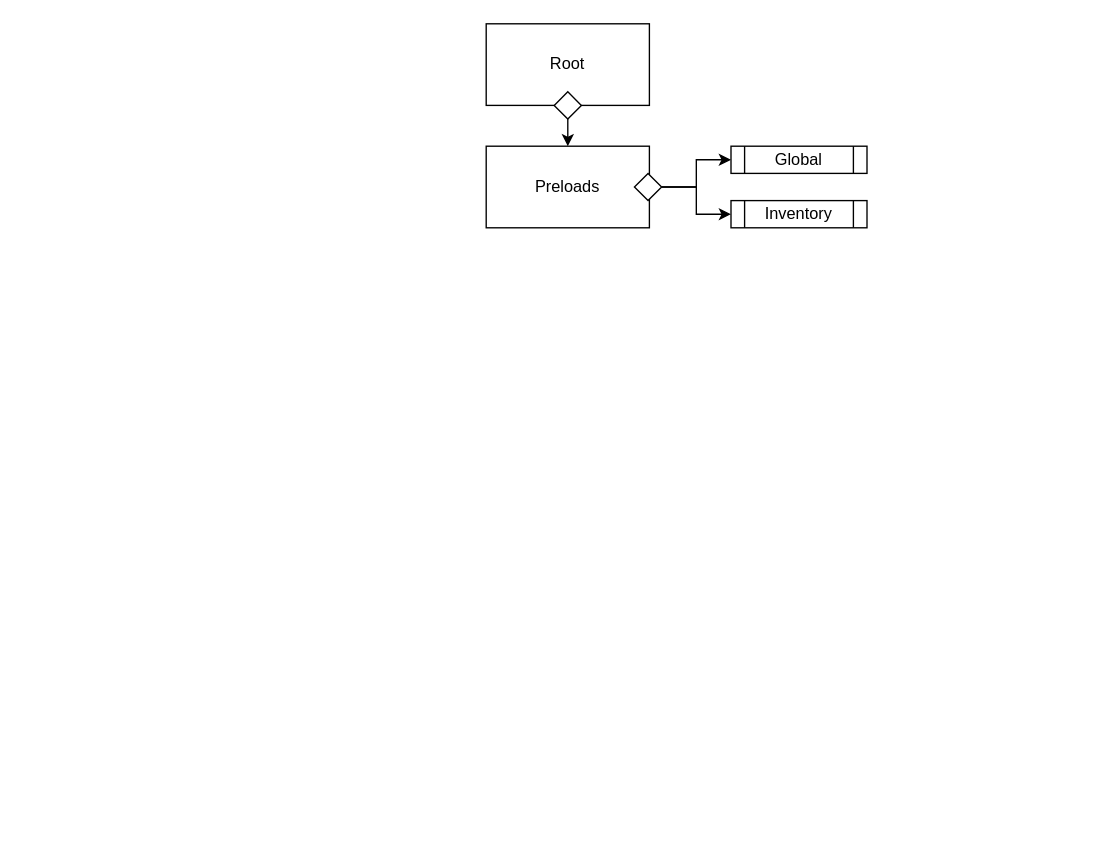
Earlier version of the draw.io diagram Documentation/images/design/Heirarchy_Diagram.drawio (JCSnelson/JSnelson-NEA). Source tidied: cells renumbered, new cells numbered last; positions are measured from the earlier drawing's top-left corner, leaving out a move shared by most shapes. Both pictures are drawn from the tidied source at 136%, with x=0, y=0 at pixel (486, 23).
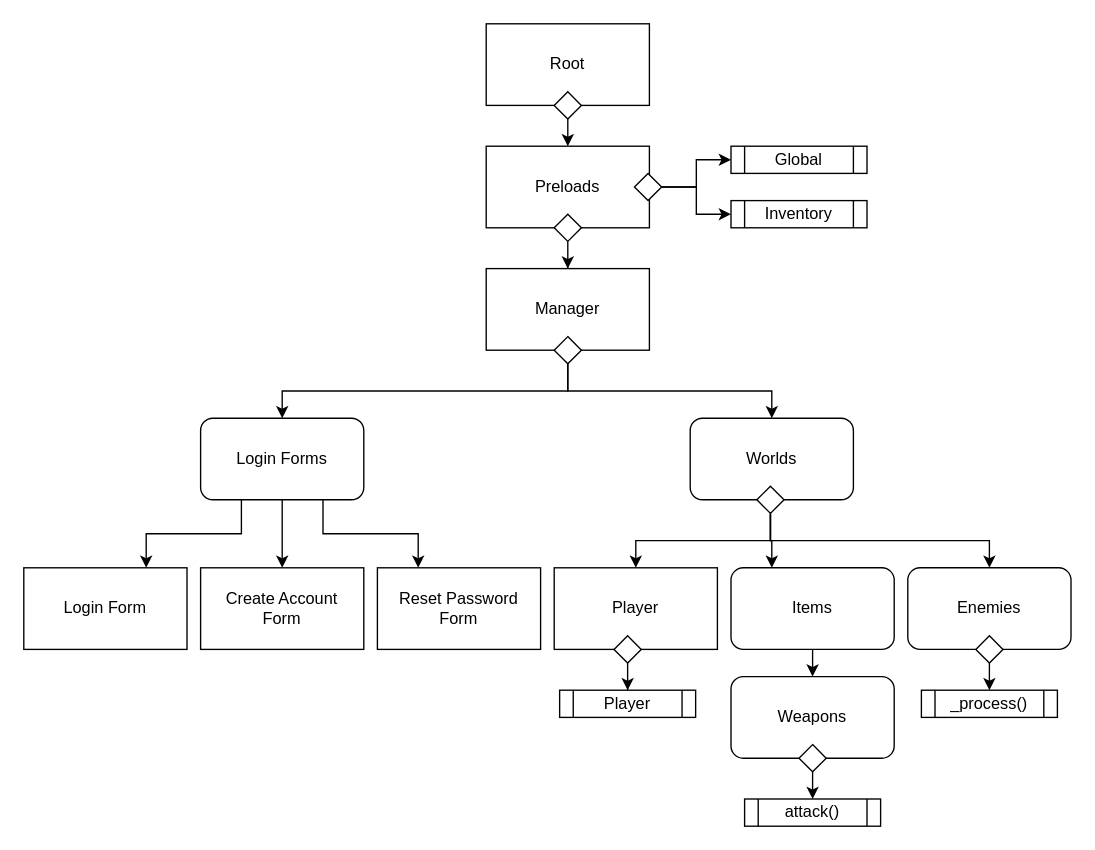
After the change.

Change to the diagram source:
```diff
@@
+    <mxCell id="11" value="Manager" style="rounded=0;whiteSpace=wrap;html=1;strokeColor=default;align=center;verticalAlign=middle;fontFamily=Helvetica;fontSize=12;fontColor=default;fillColor=default;" parent="1" vertex="1">
+      <mxGeometry y="180" width="120" height="60" as="geometry" />
+    </mxCell>
+    <mxCell id="12" style="edgeStyle=orthogonalEdgeStyle;rounded=0;jettySize=auto;html=1;exitX=0.5;exitY=1;exitDx=0;exitDy=0;fontFamily=Helvetica;fontSize=12;fontColor=default;" parent="1" edge="1" source="13" target="11">
+      <mxGeometry relative="1" as="geometry" />
+    </mxCell>
+    <mxCell id="13" style="rhombus;whiteSpace=wrap;html=1;rounded=0;strokeColor=default;align=center;verticalAlign=middle;fontFamily=Helvetica;fontSize=12;fontColor=default;fillColor=default;" parent="1" vertex="1">
+      <mxGeometry x="50" y="140" width="20" height="20" as="geometry" />
+    </mxCell>
+    <mxCell id="14" style="edgeStyle=orthogonalEdgeStyle;rounded=0;jettySize=auto;html=1;exitX=0.5;exitY=1;exitDx=0;exitDy=0;entryX=0.5;entryY=0;entryDx=0;entryDy=0;fontFamily=Helvetica;fontSize=12;fontColor=default;" parent="1" edge="1" source="16" target="20">
+      <mxGeometry relative="1" as="geometry" />
+    </mxCell>
+    <mxCell id="15" style="edgeStyle=orthogonalEdgeStyle;rounded=0;jettySize=auto;html=1;exitX=0.5;exitY=1;exitDx=0;exitDy=0;entryX=0.5;entryY=0;entryDx=0;entryDy=0;fontFamily=Helvetica;fontSize=12;fontColor=default;" parent="1" edge="1" source="16" target="24">
+      <mxGeometry relative="1" as="geometry" />
+    </mxCell>
+    <mxCell id="16" style="rhombus;whiteSpace=wrap;html=1;rounded=0;strokeColor=default;align=center;verticalAlign=middle;fontFamily=Helvetica;fontSize=12;fontColor=default;fillColor=default;" parent="1" vertex="1">
+      <mxGeometry x="50" y="230" width="20" height="20" as="geometry" />
+    </mxCell>
+    <mxCell id="17" style="edgeStyle=orthogonalEdgeStyle;rounded=0;jettySize=auto;html=1;exitX=0.5;exitY=1;exitDx=0;exitDy=0;entryX=0.5;entryY=0;entryDx=0;entryDy=0;fontFamily=Helvetica;fontSize=12;fontColor=default;" parent="1" edge="1" source="20" target="22">
+      <mxGeometry relative="1" as="geometry" />
+    </mxCell>
+    <mxCell id="18" style="edgeStyle=orthogonalEdgeStyle;rounded=0;jettySize=auto;html=1;exitX=0.75;exitY=1;exitDx=0;exitDy=0;entryX=0.25;entryY=0;entryDx=0;entryDy=0;fontFamily=Helvetica;fontSize=12;fontColor=default;" parent="1" edge="1" source="20" target="23">
+      <mxGeometry relative="1" as="geometry" />
+    </mxCell>
+    <mxCell id="19" style="edgeStyle=orthogonalEdgeStyle;rounded=0;jettySize=auto;html=1;exitX=0.25;exitY=1;exitDx=0;exitDy=0;entryX=0.75;entryY=0;entryDx=0;entryDy=0;fontFamily=Helvetica;fontSize=12;fontColor=default;" parent="1" edge="1" source="20" target="21">
+      <mxGeometry relative="1" as="geometry" />
+    </mxCell>
+    <mxCell id="20" value="Login Forms" style="rounded=1;whiteSpace=wrap;html=1;strokeColor=default;align=center;verticalAlign=middle;fontFamily=Helvetica;fontSize=12;fontColor=default;fillColor=default;" parent="1" vertex="1">
+      <mxGeometry x="-210" y="290" width="120" height="60" as="geometry" />
+    </mxCell>
+    <mxCell id="21" value="Login Form" style="rounded=0;whiteSpace=wrap;html=1;strokeColor=default;align=center;verticalAlign=middle;fontFamily=Helvetica;fontSize=12;fontColor=default;fillColor=default;" parent="1" vertex="1">
+      <mxGeometry x="-340" y="400" width="120" height="60" as="geometry" />
+    </mxCell>
+    <mxCell id="22" value="&lt;div&gt;Create Account&lt;/div&gt;&lt;div&gt;Form&lt;br&gt;&lt;/div&gt;" style="rounded=0;whiteSpace=wrap;html=1;strokeColor=default;align=center;verticalAlign=middle;fontFamily=Helvetica;fontSize=12;fontColor=default;fillColor=default;" parent="1" vertex="1">
+      <mxGeometry x="-210" y="400" width="120" height="60" as="geometry" />
+    </mxCell>
+    <mxCell id="23" value="Reset Password&lt;br&gt;Form" style="rounded=0;whiteSpace=wrap;html=1;strokeColor=default;align=center;verticalAlign=middle;fontFamily=Helvetica;fontSize=12;fontColor=default;fillColor=default;" parent="1" vertex="1">
+      <mxGeometry x="-80" y="400" width="120" height="60" as="geometry" />
+    </mxCell>
+    <mxCell id="24" value="Worlds" style="rounded=1;whiteSpace=wrap;html=1;strokeColor=default;align=center;verticalAlign=middle;fontFamily=Helvetica;fontSize=12;fontColor=default;fillColor=default;" parent="1" vertex="1">
+      <mxGeometry x="150" y="290" width="120" height="60" as="geometry" />
+    </mxCell>
+    <mxCell id="25" style="edgeStyle=orthogonalEdgeStyle;rounded=0;jettySize=auto;html=1;exitX=0.5;exitY=1;exitDx=0;exitDy=0;entryX=0.5;entryY=0;entryDx=0;entryDy=0;fontFamily=Helvetica;fontSize=12;fontColor=default;" parent="1" edge="1" source="28" target="29">
+      <mxGeometry relative="1" as="geometry" />
+    </mxCell>
+    <mxCell id="26" style="edgeStyle=orthogonalEdgeStyle;rounded=0;jettySize=auto;html=1;exitX=0.5;exitY=1;exitDx=0;exitDy=0;entryX=0.5;entryY=0;entryDx=0;entryDy=0;fontFamily=Helvetica;fontSize=12;fontColor=default;" parent="1" edge="1" source="28" target="31">
+      <mxGeometry relative="1" as="geometry" />
+    </mxCell>
+    <mxCell id="27" style="edgeStyle=orthogonalEdgeStyle;rounded=0;jettySize=auto;html=1;exitX=0.5;exitY=1;exitDx=0;exitDy=0;entryX=0.25;entryY=0;entryDx=0;entryDy=0;fontFamily=Helvetica;fontSize=12;fontColor=default;" parent="1" edge="1" source="28" target="33">
+      <mxGeometry relative="1" as="geometry" />
+    </mxCell>
+    <mxCell id="28" style="rhombus;whiteSpace=wrap;html=1;rounded=0;strokeColor=default;align=center;verticalAlign=middle;fontFamily=Helvetica;fontSize=12;fontColor=default;fillColor=default;" parent="1" vertex="1">
+      <mxGeometry x="199" y="340" width="20" height="20" as="geometry" />
+    </mxCell>
+    <mxCell id="29" value="Player" style="rounded=0;whiteSpace=wrap;html=1;strokeColor=default;align=center;verticalAlign=middle;fontFamily=Helvetica;fontSize=12;fontColor=default;fillColor=default;" parent="1" vertex="1">
+      <mxGeometry x="50" y="400" width="120" height="60" as="geometry" />
+    </mxCell>
+    <mxCell id="30" value="Player" style="shape=process;whiteSpace=wrap;html=1;backgroundOutline=1;rounded=0;strokeColor=default;align=center;verticalAlign=middle;fontFamily=Helvetica;fontSize=12;fontColor=default;fillColor=default;" parent="1" vertex="1">
+      <mxGeometry x="54" y="490" width="100" height="20" as="geometry" />
+    </mxCell>
+    <mxCell id="31" value="Enemies" style="rounded=1;whiteSpace=wrap;html=1;strokeColor=default;align=center;verticalAlign=middle;fontFamily=Helvetica;fontSize=12;fontColor=default;fillColor=default;" parent="1" vertex="1">
+      <mxGeometry x="310" y="400" width="120" height="60" as="geometry" />
+    </mxCell>
+    <mxCell id="32" style="edgeStyle=orthogonalEdgeStyle;rounded=0;jettySize=auto;html=1;exitX=0.5;exitY=1;exitDx=0;exitDy=0;entryX=0.5;entryY=0;entryDx=0;entryDy=0;fontFamily=Helvetica;fontSize=12;fontColor=default;" parent="1" edge="1" source="33" target="34">
+      <mxGeometry relative="1" as="geometry" />
+    </mxCell>
+    <mxCell id="33" value="Items" style="rounded=1;whiteSpace=wrap;html=1;strokeColor=default;align=center;verticalAlign=middle;fontFamily=Helvetica;fontSize=12;fontColor=default;fillColor=default;" parent="1" vertex="1">
+      <mxGeometry x="180" y="400" width="120" height="60" as="geometry" />
+    </mxCell>
+    <mxCell id="34" value="Weapons" style="rounded=1;whiteSpace=wrap;html=1;strokeColor=default;align=center;verticalAlign=middle;fontFamily=Helvetica;fontSize=12;fontColor=default;fillColor=default;" parent="1" vertex="1">
+      <mxGeometry x="180" y="480" width="120" height="60" as="geometry" />
+    </mxCell>
+    <mxCell id="35" value="attack()" style="shape=process;whiteSpace=wrap;html=1;backgroundOutline=1;rounded=0;strokeColor=default;align=center;verticalAlign=middle;fontFamily=Helvetica;fontSize=12;fontColor=default;fillColor=default;" parent="1" vertex="1">
+      <mxGeometry x="190" y="570" width="100" height="20" as="geometry" />
+    </mxCell>
+    <mxCell id="36" style="edgeStyle=orthogonalEdgeStyle;rounded=0;jettySize=auto;html=1;exitX=0.5;exitY=1;exitDx=0;exitDy=0;fontFamily=Helvetica;fontSize=12;fontColor=default;" parent="1" edge="1" source="37" target="30">
+      <mxGeometry relative="1" as="geometry" />
+    </mxCell>
+    <mxCell id="37" style="rhombus;whiteSpace=wrap;html=1;rounded=0;strokeColor=default;align=center;verticalAlign=middle;fontFamily=Helvetica;fontSize=12;fontColor=default;fillColor=default;" parent="1" vertex="1">
+      <mxGeometry x="94" y="450" width="20" height="20" as="geometry" />
+    </mxCell>
+    <mxCell id="38" style="edgeStyle=orthogonalEdgeStyle;rounded=0;jettySize=auto;html=1;exitX=0.5;exitY=1;exitDx=0;exitDy=0;entryX=0.5;entryY=0;entryDx=0;entryDy=0;fontFamily=Helvetica;fontSize=12;fontColor=default;" parent="1" edge="1" source="39" target="35">
+      <mxGeometry relative="1" as="geometry" />
+    </mxCell>
+    <mxCell id="39" style="rhombus;whiteSpace=wrap;html=1;rounded=0;strokeColor=default;align=center;verticalAlign=middle;fontFamily=Helvetica;fontSize=12;fontColor=default;fillColor=default;" parent="1" vertex="1">
+      <mxGeometry x="230" y="530" width="20" height="20" as="geometry" />
+    </mxCell>
+    <mxCell id="40" value="_process()" style="shape=process;whiteSpace=wrap;html=1;backgroundOutline=1;rounded=0;strokeColor=default;align=center;verticalAlign=middle;fontFamily=Helvetica;fontSize=12;fontColor=default;fillColor=default;" parent="1" vertex="1">
+      <mxGeometry x="320" y="490" width="100" height="20" as="geometry" />
+    </mxCell>
+    <mxCell id="41" style="edgeStyle=orthogonalEdgeStyle;rounded=0;jettySize=auto;html=1;exitX=0.5;exitY=1;exitDx=0;exitDy=0;entryX=0.5;entryY=0;entryDx=0;entryDy=0;fontFamily=Helvetica;fontSize=12;fontColor=default;" parent="1" edge="1" source="42" target="40">
+      <mxGeometry relative="1" as="geometry" />
+    </mxCell>
+    <mxCell id="42" style="rhombus;whiteSpace=wrap;html=1;rounded=0;strokeColor=default;align=center;verticalAlign=middle;fontFamily=Helvetica;fontSize=12;fontColor=default;fillColor=default;" parent="1" vertex="1">
+      <mxGeometry x="360" y="450" width="20" height="20" as="geometry" />
+    </mxCell>
```
